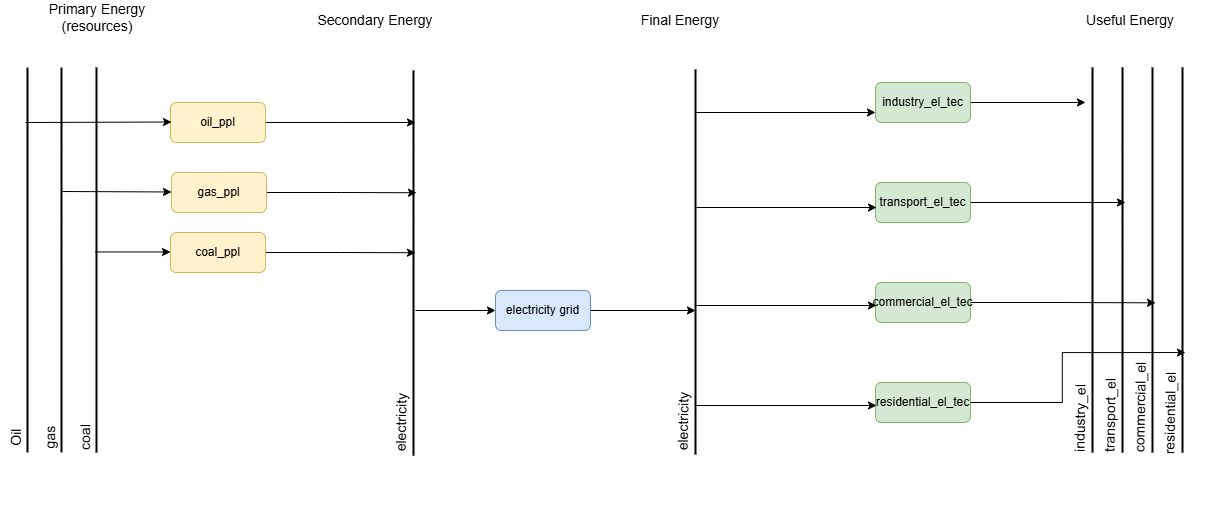
This is Messageix Indonesia Structure.drawio.png from itangr31/messageix_indonesia_prototype, a draw.io export, as it was before one commit. Source tidied: cells renumbered, new cells last; positions are measured from the earlier drawing's top-left corner, leaving out a move shared by most shapes.
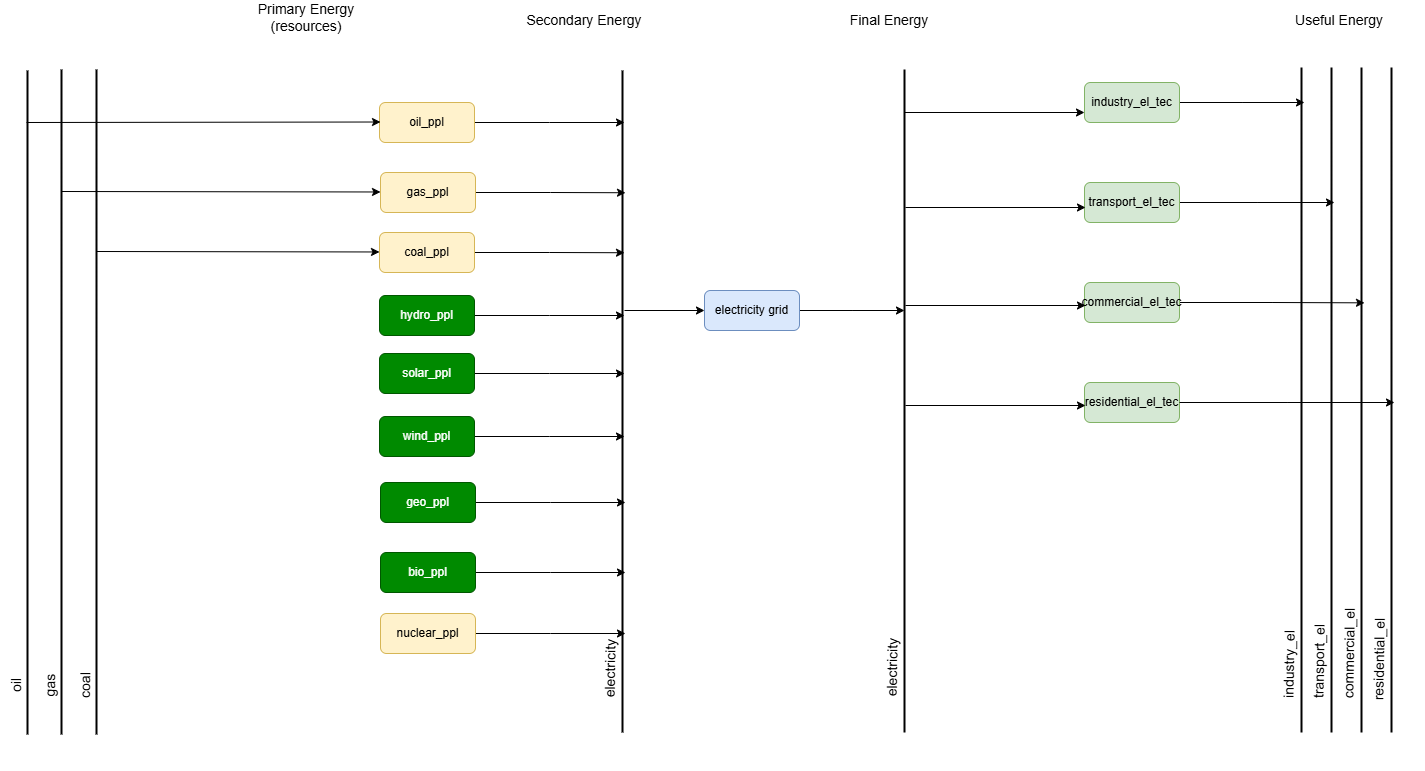
The same file after the commit.

Commit message:
update message structure RES to include RE and nuclear

Change to the diagram source:
```diff
@@ -2,12 +2,6 @@
   <root>
     <mxCell id="0" />
     <mxCell id="1" parent="0" />
-    <mxCell id="2" style="endArrow=none;html=1;rounded=0;strokeWidth=2;" parent="1" edge="1">
-      <mxGeometry relative="1" as="geometry">
-        <mxPoint x="165" y="450" as="sourcePoint" />
-        <mxPoint x="165" y="65" as="targetPoint" />
-      </mxGeometry>
-    </mxCell>
     <mxCell id="3" value="&lt;font&gt;Primary Energy (resources)&lt;/font&gt;" style="text;html=1;align=center;verticalAlign=middle;whiteSpace=wrap;rounded=0;fontSize=14;" parent="1" vertex="1">
       <mxGeometry x="81" width="170" height="30" as="geometry" />
     </mxCell>
@@ -17,17 +11,14 @@
     <mxCell id="5" value="&lt;font&gt;Final Energy&lt;/font&gt;" style="text;html=1;align=center;verticalAlign=middle;whiteSpace=wrap;rounded=0;fontSize=14;" parent="1" vertex="1">
       <mxGeometry x="664" y="3" width="170" height="30" as="geometry" />
     </mxCell>
-    <mxCell id="6" value="&lt;font&gt;coal&lt;/font&gt;" style="text;html=1;align=center;verticalAlign=middle;whiteSpace=wrap;rounded=0;fontSize=14;rotation=-89;" parent="1" vertex="1">
-      <mxGeometry x="69" y="420" width="170" height="30" as="geometry" />
-    </mxCell>
     <mxCell id="7" style="endArrow=none;html=1;rounded=0;strokeWidth=2;" parent="1" edge="1">
       <mxGeometry relative="1" as="geometry">
-        <mxPoint x="482" y="453" as="sourcePoint" />
+        <mxPoint x="482" y="730" as="sourcePoint" />
         <mxPoint x="482" y="68" as="targetPoint" />
       </mxGeometry>
     </mxCell>
     <mxCell id="8" value="&lt;font&gt;electricity&lt;/font&gt;" style="text;html=1;align=center;verticalAlign=middle;whiteSpace=wrap;rounded=0;fontSize=14;rotation=-89;" parent="1" vertex="1">
-      <mxGeometry x="385" y="405" width="170" height="30" as="geometry" />
+      <mxGeometry x="385" y="651" width="170" height="30" as="geometry" />
     </mxCell>
     <mxCell id="9" style="edgeStyle=orthogonalEdgeStyle;rounded=0;jettySize=auto;html=1;exitX=1;exitY=0.5;exitDx=0;exitDy=0;" parent="1" edge="1" source="10">
       <mxGeometry relative="1" as="geometry">
@@ -52,22 +43,22 @@
     </mxCell>
     <mxCell id="14" style="endArrow=classic;html=1;rounded=0;entryX=0;entryY=0.5;entryDx=0;entryDy=0;" parent="1" edge="1">
       <mxGeometry relative="1" as="geometry">
-        <mxPoint x="164" y="249.5" as="sourcePoint" />
+        <mxPoint x="-44" y="249" as="sourcePoint" />
         <mxPoint x="239" y="249.5" as="targetPoint" />
       </mxGeometry>
     </mxCell>
     <mxCell id="15" style="endArrow=none;html=1;rounded=0;strokeWidth=2;" parent="1" edge="1">
       <mxGeometry relative="1" as="geometry">
-        <mxPoint x="764" y="452" as="sourcePoint" />
+        <mxPoint x="764" y="730" as="sourcePoint" />
         <mxPoint x="764" y="67" as="targetPoint" />
       </mxGeometry>
     </mxCell>
     <mxCell id="16" value="&lt;font&gt;electricity&lt;/font&gt;" style="text;html=1;align=center;verticalAlign=middle;whiteSpace=wrap;rounded=0;fontSize=14;rotation=-89;" parent="1" vertex="1">
-      <mxGeometry x="667" y="404" width="170" height="30" as="geometry" />
+      <mxGeometry x="667" y="650" width="170" height="30" as="geometry" />
     </mxCell>
     <mxCell id="17" style="edgeStyle=orthogonalEdgeStyle;rounded=0;jettySize=auto;html=1;exitX=1;exitY=0.5;exitDx=0;exitDy=0;" parent="1" edge="1" source="18">
       <mxGeometry relative="1" as="geometry">
-        <mxPoint x="1154" y="100" as="targetPoint" />
+        <mxPoint x="1164" y="100" as="targetPoint" />
       </mxGeometry>
     </mxCell>
     <mxCell id="18" value="industry_el_tec" style="rounded=1;whiteSpace=wrap;html=1;fillColor=#d5e8d4;strokeColor=#82b366;" parent="1" vertex="1">
@@ -118,42 +109,44 @@
     </mxCell>
     <mxCell id="28" style="endArrow=none;html=1;rounded=0;strokeWidth=2;" parent="1" edge="1">
       <mxGeometry relative="1" as="geometry">
-        <mxPoint x="1161" y="450" as="sourcePoint" />
+        <mxPoint x="1161" y="730" as="sourcePoint" />
         <mxPoint x="1161" y="65" as="targetPoint" />
       </mxGeometry>
     </mxCell>
     <mxCell id="29" value="&lt;font&gt;industry_el&lt;/font&gt;" style="text;html=1;align=center;verticalAlign=middle;whiteSpace=wrap;rounded=0;fontSize=14;rotation=-89;" parent="1" vertex="1">
-      <mxGeometry x="1064" y="401" width="170" height="30" as="geometry" />
+      <mxGeometry x="1064" y="647" width="170" height="30" as="geometry" />
     </mxCell>
     <mxCell id="30" style="endArrow=none;html=1;rounded=0;strokeWidth=2;" parent="1" edge="1">
       <mxGeometry relative="1" as="geometry">
-        <mxPoint x="1191" y="450" as="sourcePoint" />
+        <mxPoint x="1191" y="730" as="sourcePoint" />
         <mxPoint x="1191" y="65" as="targetPoint" />
       </mxGeometry>
     </mxCell>
     <mxCell id="31" value="&lt;font&gt;transport_el&lt;/font&gt;" style="text;html=1;align=center;verticalAlign=middle;whiteSpace=wrap;rounded=0;fontSize=14;rotation=-89;" parent="1" vertex="1">
-      <mxGeometry x="1094" y="398" width="170" height="30" as="geometry" />
+      <mxGeometry x="1094" y="644" width="170" height="30" as="geometry" />
     </mxCell>
     <mxCell id="32" style="endArrow=none;html=1;rounded=0;strokeWidth=2;" parent="1" edge="1">
       <mxGeometry relative="1" as="geometry">
-        <mxPoint x="1221" y="450" as="sourcePoint" />
+        <mxPoint x="1221" y="730" as="sourcePoint" />
         <mxPoint x="1221" y="65" as="targetPoint" />
       </mxGeometry>
     </mxCell>
     <mxCell id="33" value="&lt;font&gt;commercial_el&lt;/font&gt;" style="text;html=1;align=center;verticalAlign=middle;whiteSpace=wrap;rounded=0;fontSize=14;rotation=-89;" parent="1" vertex="1">
-      <mxGeometry x="1124" y="390" width="170" height="30" as="geometry" />
+      <mxGeometry x="1124" y="636" width="170" height="30" as="geometry" />
     </mxCell>
     <mxCell id="34" style="endArrow=none;html=1;rounded=0;strokeWidth=2;" parent="1" edge="1">
       <mxGeometry relative="1" as="geometry">
-        <mxPoint x="1251" y="450" as="sourcePoint" />
+        <mxPoint x="1251" y="730" as="sourcePoint" />
         <mxPoint x="1251" y="65" as="targetPoint" />
       </mxGeometry>
     </mxCell>
     <mxCell id="35" value="&lt;font&gt;residential_el&lt;/font&gt;" style="text;html=1;align=center;verticalAlign=middle;whiteSpace=wrap;rounded=0;fontSize=14;rotation=-89;" parent="1" vertex="1">
-      <mxGeometry x="1154" y="396" width="170" height="30" as="geometry" />
+      <mxGeometry x="1154" y="642" width="170" height="30" as="geometry" />
     </mxCell>
-    <mxCell id="36" style="edgeStyle=orthogonalEdgeStyle;rounded=0;jettySize=auto;html=1;exitX=1;exitY=0.5;exitDx=0;exitDy=0;entryX=0.86;entryY=0.964;entryDx=0;entryDy=0;entryPerimeter=0;" parent="1" edge="1" source="23" target="35">
-      <mxGeometry relative="1" as="geometry" />
+    <mxCell id="36" style="edgeStyle=orthogonalEdgeStyle;rounded=0;jettySize=auto;html=1;exitX=1;exitY=0.5;exitDx=0;exitDy=0;" parent="1" edge="1" source="23">
+      <mxGeometry relative="1" as="geometry">
+        <mxPoint x="1254" y="400" as="targetPoint" />
+      </mxGeometry>
     </mxCell>
     <mxCell id="37" value="&lt;font&gt;Useful Energy&lt;/font&gt;" style="text;html=1;align=center;verticalAlign=middle;whiteSpace=wrap;rounded=0;fontSize=14;" parent="1" vertex="1">
       <mxGeometry x="1114" y="3" width="170" height="30" as="geometry" />
@@ -168,27 +161,9 @@
     </mxCell>
     <mxCell id="40" style="endArrow=classic;html=1;rounded=0;entryX=0;entryY=0.487;entryDx=0;entryDy=0;entryPerimeter=0;" parent="1" edge="1" target="39">
       <mxGeometry relative="1" as="geometry">
-        <mxPoint x="131" y="189" as="sourcePoint" />
+        <mxPoint x="-79" y="189" as="sourcePoint" />
       </mxGeometry>
     </mxCell>
-    <mxCell id="41" style="endArrow=none;html=1;rounded=0;strokeWidth=2;" parent="1" edge="1">
-      <mxGeometry relative="1" as="geometry">
-        <mxPoint x="130" y="450" as="sourcePoint" />
-        <mxPoint x="130" y="65" as="targetPoint" />
-      </mxGeometry>
-    </mxCell>
-    <mxCell id="42" value="gas" style="text;html=1;align=center;verticalAlign=middle;whiteSpace=wrap;rounded=0;fontSize=14;rotation=-89;" parent="1" vertex="1">
-      <mxGeometry x="34" y="420" width="170" height="30" as="geometry" />
-    </mxCell>
-    <mxCell id="43" style="endArrow=none;html=1;rounded=0;strokeWidth=2;" parent="1" edge="1">
-      <mxGeometry relative="1" as="geometry">
-        <mxPoint x="96" y="450" as="sourcePoint" />
-        <mxPoint x="96" y="65" as="targetPoint" />
-      </mxGeometry>
-    </mxCell>
-    <mxCell id="44" value="Oil" style="text;html=1;align=center;verticalAlign=middle;whiteSpace=wrap;rounded=0;fontSize=14;rotation=-89;" parent="1" vertex="1">
-      <mxGeometry y="420" width="170" height="30" as="geometry" />
-    </mxCell>
     <mxCell id="45" style="edgeStyle=orthogonalEdgeStyle;rounded=0;jettySize=auto;html=1;exitX=1;exitY=0.5;exitDx=0;exitDy=0;" parent="1" edge="1" source="46">
       <mxGeometry relative="1" as="geometry">
         <mxPoint x="484" y="120" as="targetPoint" />
@@ -199,9 +174,84 @@
     </mxCell>
     <mxCell id="47" style="endArrow=classic;html=1;rounded=0;entryX=0;entryY=0.487;entryDx=0;entryDy=0;entryPerimeter=0;" parent="1" edge="1">
       <mxGeometry relative="1" as="geometry">
-        <mxPoint x="94" y="120" as="sourcePoint" />
+        <mxPoint x="-114" y="120" as="sourcePoint" />
         <mxPoint x="240" y="119.5" as="targetPoint" />
       </mxGeometry>
     </mxCell>
+    <mxCell id="48" style="edgeStyle=orthogonalEdgeStyle;rounded=0;jettySize=auto;html=1;exitX=1;exitY=0.5;exitDx=0;exitDy=0;" parent="1" edge="1" source="49">
+      <mxGeometry relative="1" as="geometry">
+        <mxPoint x="484" y="313" as="targetPoint" />
+      </mxGeometry>
+    </mxCell>
+    <mxCell id="49" value="hydro_ppl" style="rounded=1;whiteSpace=wrap;html=1;fillColor=#008a00;strokeColor=#005700;fontColor=#ffffff;" parent="1" vertex="1">
+      <mxGeometry x="239" y="293" width="95" height="40" as="geometry" />
+    </mxCell>
+    <mxCell id="50" style="edgeStyle=orthogonalEdgeStyle;rounded=0;jettySize=auto;html=1;exitX=1;exitY=0.5;exitDx=0;exitDy=0;" parent="1" edge="1" source="51">
+      <mxGeometry relative="1" as="geometry">
+        <mxPoint x="484" y="371" as="targetPoint" />
+      </mxGeometry>
+    </mxCell>
+    <mxCell id="51" value="solar_ppl" style="rounded=1;whiteSpace=wrap;html=1;fillColor=#008a00;strokeColor=#005700;fontColor=#ffffff;" parent="1" vertex="1">
+      <mxGeometry x="239" y="351" width="95" height="40" as="geometry" />
+    </mxCell>
+    <mxCell id="52" style="edgeStyle=orthogonalEdgeStyle;rounded=0;jettySize=auto;html=1;exitX=1;exitY=0.5;exitDx=0;exitDy=0;" parent="1" edge="1" source="53">
+      <mxGeometry relative="1" as="geometry">
+        <mxPoint x="484" y="434" as="targetPoint" />
+      </mxGeometry>
+    </mxCell>
+    <mxCell id="53" value="wind_ppl" style="rounded=1;whiteSpace=wrap;html=1;fillColor=#008a00;strokeColor=#005700;fontColor=#ffffff;" parent="1" vertex="1">
+      <mxGeometry x="239" y="414" width="95" height="40" as="geometry" />
+    </mxCell>
+    <mxCell id="54" style="edgeStyle=orthogonalEdgeStyle;rounded=0;jettySize=auto;html=1;exitX=1;exitY=0.5;exitDx=0;exitDy=0;" parent="1" edge="1" source="55">
+      <mxGeometry relative="1" as="geometry">
+        <mxPoint x="485" y="500" as="targetPoint" />
+      </mxGeometry>
+    </mxCell>
+    <mxCell id="55" value="geo_ppl" style="rounded=1;whiteSpace=wrap;html=1;fillColor=#008a00;strokeColor=#005700;fontColor=#ffffff;" parent="1" vertex="1">
+      <mxGeometry x="240" y="480" width="95" height="40" as="geometry" />
+    </mxCell>
+    <mxCell id="56" style="edgeStyle=orthogonalEdgeStyle;rounded=0;jettySize=auto;html=1;exitX=1;exitY=0.5;exitDx=0;exitDy=0;" parent="1" edge="1" source="57">
+      <mxGeometry relative="1" as="geometry">
+        <mxPoint x="485" y="570" as="targetPoint" />
+      </mxGeometry>
+    </mxCell>
+    <mxCell id="57" value="bio_ppl" style="rounded=1;whiteSpace=wrap;html=1;fillColor=#008a00;strokeColor=#005700;fontColor=#ffffff;" parent="1" vertex="1">
+      <mxGeometry x="240" y="550" width="95" height="40" as="geometry" />
+    </mxCell>
+    <mxCell id="58" style="edgeStyle=orthogonalEdgeStyle;rounded=0;jettySize=auto;html=1;exitX=1;exitY=0.5;exitDx=0;exitDy=0;" parent="1" edge="1" source="59">
+      <mxGeometry relative="1" as="geometry">
+        <mxPoint x="485" y="631" as="targetPoint" />
+      </mxGeometry>
+    </mxCell>
+    <mxCell id="59" value="nuclear_ppl" style="rounded=1;whiteSpace=wrap;html=1;fillColor=#fff2cc;strokeColor=#d6b656;" parent="1" vertex="1">
+      <mxGeometry x="240" y="611" width="95" height="40" as="geometry" />
+    </mxCell>
+    <mxCell id="60" style="endArrow=none;html=1;rounded=0;strokeWidth=2;" parent="1" edge="1">
+      <mxGeometry relative="1" as="geometry">
+        <mxPoint x="-44" y="732" as="sourcePoint" />
+        <mxPoint x="-44" y="67" as="targetPoint" />
+      </mxGeometry>
+    </mxCell>
+    <mxCell id="6" value="&lt;font&gt;coal&lt;/font&gt;" style="text;html=1;align=center;verticalAlign=middle;whiteSpace=wrap;rounded=0;fontSize=14;rotation=-89;" parent="1" vertex="1">
+      <mxGeometry x="-140" y="668" width="170" height="30" as="geometry" />
+    </mxCell>
+    <mxCell id="61" style="endArrow=none;html=1;rounded=0;strokeWidth=2;" parent="1" edge="1">
+      <mxGeometry relative="1" as="geometry">
+        <mxPoint x="-79" y="732" as="sourcePoint" />
+        <mxPoint x="-79" y="67" as="targetPoint" />
+      </mxGeometry>
+    </mxCell>
+    <mxCell id="42" value="gas" style="text;html=1;align=center;verticalAlign=middle;whiteSpace=wrap;rounded=0;fontSize=14;rotation=-89;" parent="1" vertex="1">
+      <mxGeometry x="-175" y="668" width="170" height="30" as="geometry" />
+    </mxCell>
+    <mxCell id="62" style="endArrow=none;html=1;rounded=0;strokeWidth=2;" parent="1" edge="1">
+      <mxGeometry relative="1" as="geometry">
+        <mxPoint x="-113" y="732" as="sourcePoint" />
+        <mxPoint x="-113" y="68" as="targetPoint" />
+      </mxGeometry>
+    </mxCell>
+    <mxCell id="63" value="oil" style="text;html=1;align=center;verticalAlign=middle;whiteSpace=wrap;rounded=0;fontSize=14;rotation=-89;" parent="1" vertex="1">
+      <mxGeometry x="-209" y="668" width="170" height="30" as="geometry" />
+    </mxCell>
   </root>
 </mxGraphModel>
```
